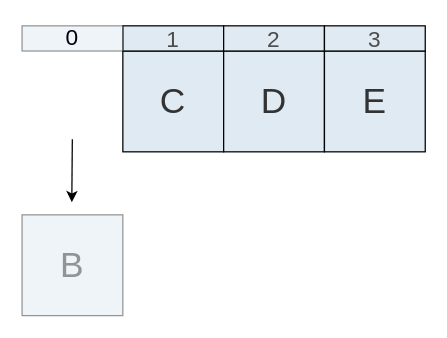
This is page "6" (7 of 8) of teoria/04_estructuras_y_algoritmos/imgs/02/colas.drawio from ee-unr/programacion-2, a draw.io file, before an edit. Source tidied: cells renumbered, new cells numbered last; positions are measured from the earlier drawing's top-left corner, leaving out a move shared by most shapes. Both pictures are drawn from the tidied source at 126%, with x=0, y=0 at pixel (21, 25).
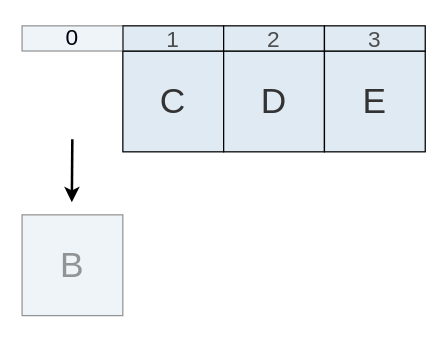
The same diagram, later.

What changed in the source:
```diff
@@
 <mxGraphModel>
   <root>
     <mxCell id="0" />
     <mxCell id="1" parent="0" />
     <mxCell id="2" value="&lt;span style=&quot;color: rgb(51, 51, 51); font-family: &amp;quot;Cascadia Code&amp;quot;; font-size: 28px;&quot;&gt;C&lt;/span&gt;" style="rounded=0;whiteSpace=wrap;html=1;strokeWidth=1;fillColor=#DFEAF2;" parent="1" vertex="1">
       <mxGeometry x="80" y="20" width="80" height="80" as="geometry" />
     </mxCell>
     <mxCell id="3" value="&lt;span style=&quot;color: rgb(51, 51, 51); font-family: &amp;quot;Cascadia Code&amp;quot;; font-size: 28px;&quot;&gt;D&lt;/span&gt;" style="rounded=0;whiteSpace=wrap;html=1;strokeWidth=1;fillColor=#DFEAF2;" parent="1" vertex="1">
       <mxGeometry x="160" y="20" width="80" height="80" as="geometry" />
     </mxCell>
     <mxCell id="4" value="&lt;span style=&quot;color: rgb(51, 51, 51); font-family: &amp;quot;Cascadia Code&amp;quot;; font-size: 28px;&quot;&gt;E&lt;/span&gt;" style="rounded=0;whiteSpace=wrap;html=1;strokeWidth=1;fillColor=#DFEAF2;" parent="1" vertex="1">
       <mxGeometry x="240" y="20" width="80" height="80" as="geometry" />
     </mxCell>
     <mxCell id="5" value="&lt;font style=&quot;color: rgb(77, 77, 77); font-size: 18px;&quot; face=&quot;Cascadia Code&quot;&gt;1&lt;/font&gt;" style="rounded=0;whiteSpace=wrap;html=1;strokeWidth=1;fillColor=#DFEAF2;fontSize=22;" parent="1" vertex="1">
       <mxGeometry x="80" width="80" height="20" as="geometry" />
     </mxCell>
     <mxCell id="6" value="&lt;font style=&quot;color: rgb(77, 77, 77); font-size: 18px;&quot; face=&quot;Cascadia Code&quot;&gt;2&lt;/font&gt;" style="rounded=0;whiteSpace=wrap;html=1;strokeWidth=1;fillColor=#DFEAF2;fontSize=22;" parent="1" vertex="1">
       <mxGeometry x="160" width="80" height="20" as="geometry" />
     </mxCell>
     <mxCell id="7" value="&lt;font style=&quot;color: rgb(77, 77, 77); font-size: 18px;&quot; face=&quot;Cascadia Code&quot;&gt;3&lt;/font&gt;" style="rounded=0;whiteSpace=wrap;html=1;strokeWidth=1;fillColor=#DFEAF2;fontSize=22;" parent="1" vertex="1">
       <mxGeometry x="240" width="80" height="20" as="geometry" />
     </mxCell>
     <mxCell id="8" value="&lt;span style=&quot;font-size: 28px;&quot;&gt;&lt;font style=&quot;color: rgba(51, 51, 51, 0.5);&quot;&gt;B&lt;/font&gt;&lt;/span&gt;" style="rounded=0;whiteSpace=wrap;html=1;strokeWidth=1;fillColor=#DFEAF280;fontFamily=Cascadia Code;fontColor=#333333;strokeColor=#33333380;" parent="1" vertex="1">
       <mxGeometry y="150" width="80" height="80" as="geometry" />
     </mxCell>
-    <mxCell id="9" style="endArrow=classic;html=1;rounded=0;" parent="1" edge="1">
+    <mxCell id="9" style="endArrow=classic;html=1;rounded=0;strokeWidth=2;" parent="1" edge="1">
       <mxGeometry relative="1" as="geometry">
         <mxPoint x="39.9" y="90" as="sourcePoint" />
         <mxPoint x="39.5" y="140" as="targetPoint" />
       </mxGeometry>
     </mxCell>
     <mxCell id="10" value="&lt;font color=&quot;rgba(51, 51, 51, 0.5)&quot;&gt;&lt;span style=&quot;font-size: 18px;&quot;&gt;0&lt;/span&gt;&lt;/font&gt;" style="rounded=0;whiteSpace=wrap;html=1;strokeWidth=1;fillColor=#DFEAF280;fontFamily=Cascadia Code;fontColor=#333333;strokeColor=#33333380;" parent="1" vertex="1">
       <mxGeometry width="80" height="20" as="geometry" />
     </mxCell>
   </root>
 </mxGraphModel>
```
